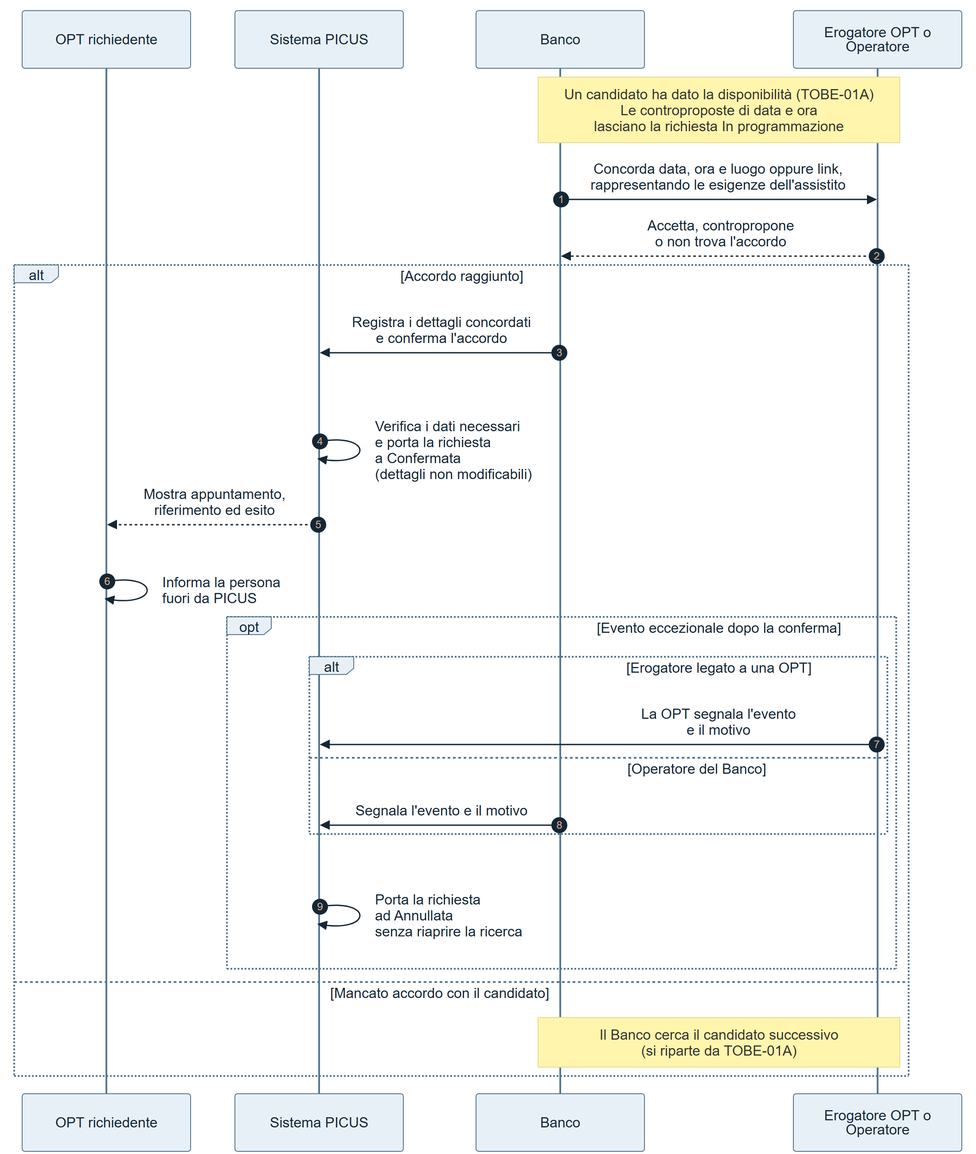
Above: docs/requirements/diagrams/to-be/TOBE-01B-appuntamento-esito.png in Pinguini-alla-Fragola/Progetto-SAD (Mermaid), before the change. Its source is kept beside it as docs/requirements/diagrams/to-be/TOBE-01B-appuntamento-esito.mmd.
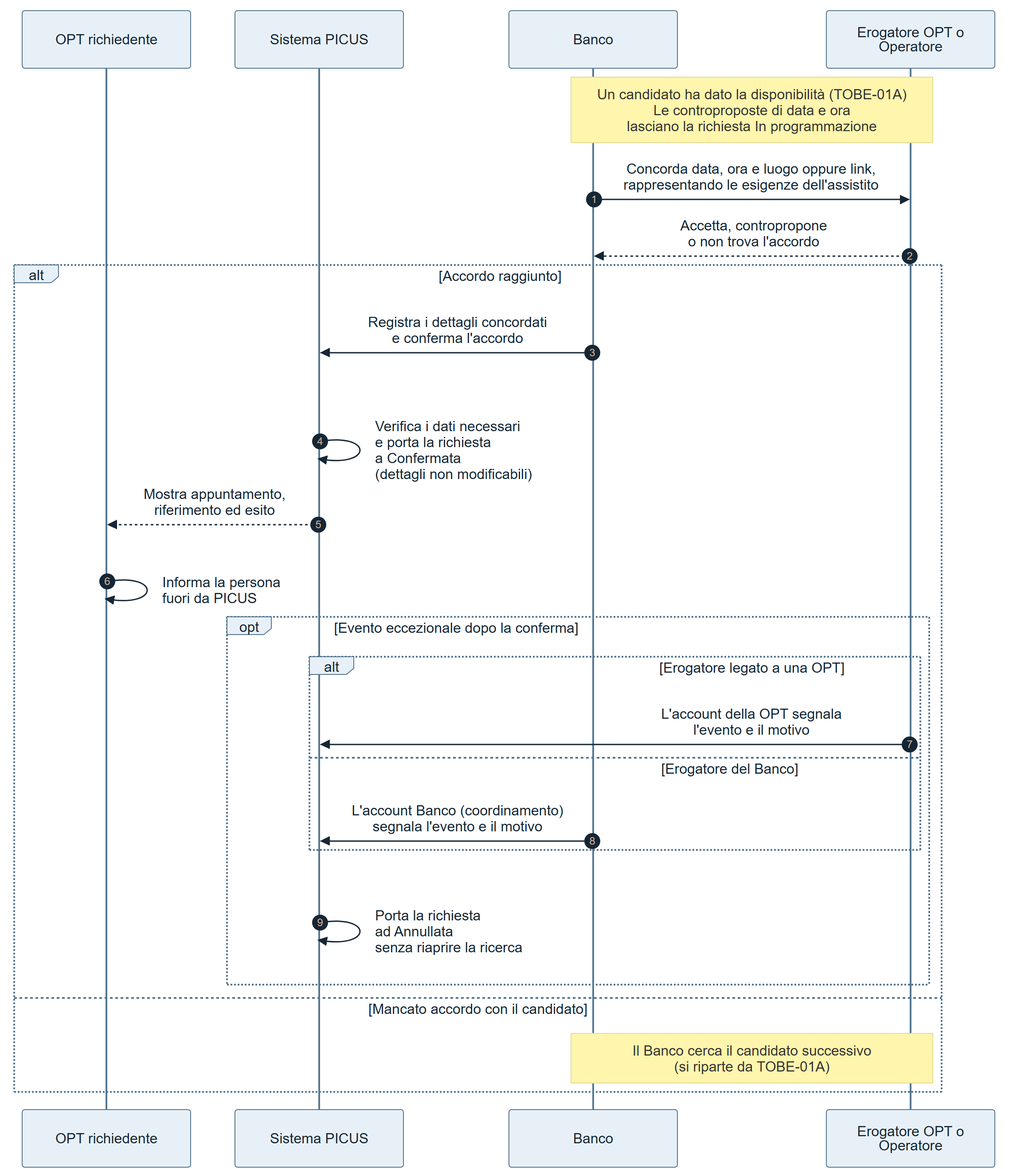
Above is the later version.

Commit message:
docs(to-be): chiarisce chi segnala l'annullamento in TOBE-01B

Diff of the diagram source:
```diff
@@ -15,9 +15,9 @@
         R->>R: Informa la persona<br/>fuori da PICUS
         opt Evento eccezionale dopo la conferma
             alt Erogatore legato a una OPT
-                E->>S: La OPT segnala l'evento<br/>e il motivo
-            else Operatore del Banco
-                B->>S: Segnala l'evento e il motivo
+                E->>S: L'account della OPT segnala<br/>l'evento e il motivo
+            else Erogatore del Banco
+                B->>S: L'account Banco (coordinamento)<br/>segnala l'evento e il motivo
             end
             S->>S: Porta la richiesta<br/>ad Annullata<br/>senza riaprire la ricerca
         end
```
